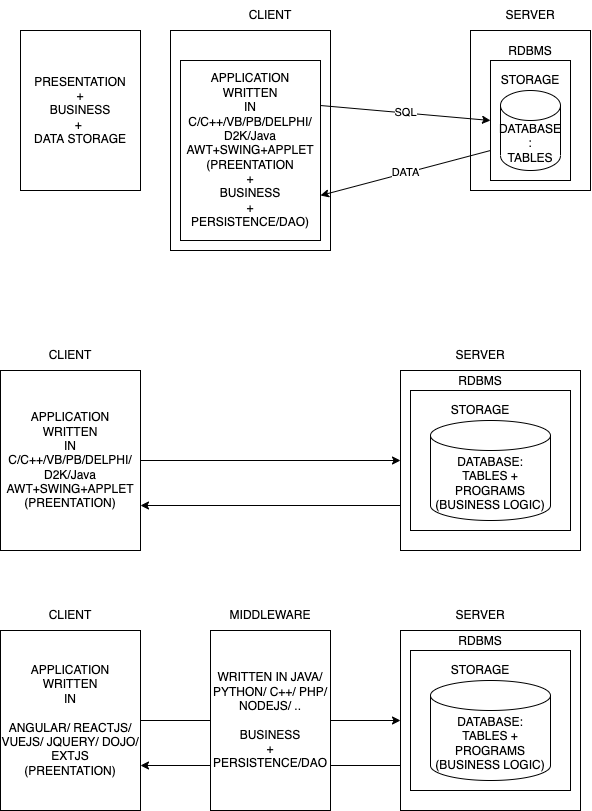
vinod-kayartaya/INFOSYS-RDBMS-POSTGRES-MARCH-2023 keeps this draw.io diagram as day-12/images/concept1.dio.png. Above is the earlier version. Source tidied: cells renumbered, new cells last; positions are measured from the earlier drawing's top-left corner, leaving out a move shared by most shapes.
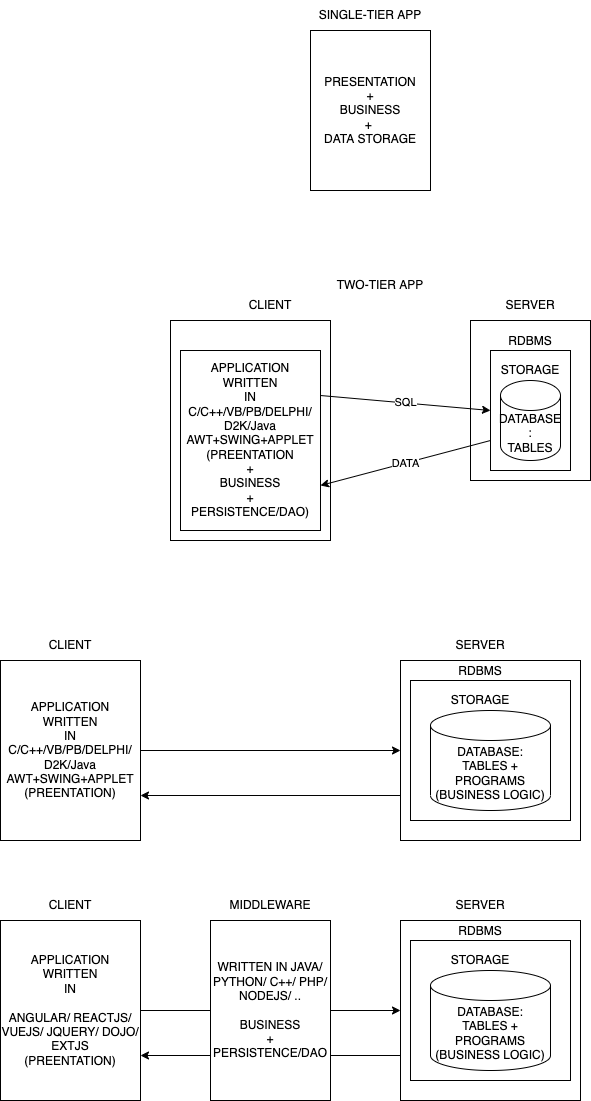
The same file after the commit.

Change to the diagram source:
```diff
@@ -3,7 +3,7 @@
     <mxCell id="0" />
     <mxCell id="1" parent="0" />
     <mxCell id="2" value="PRESENTATION&lt;br&gt;+&lt;br&gt;BUSINESS&lt;br&gt;+&amp;nbsp;&lt;br&gt;DATA STORAGE" style="rounded=0;whiteSpace=wrap;html=1;" parent="1" vertex="1">
-      <mxGeometry x="20" y="30" width="120" height="160" as="geometry" />
+      <mxGeometry x="310" y="-260" width="120" height="160" as="geometry" />
     </mxCell>
     <mxCell id="3" style="rounded=0;whiteSpace=wrap;html=1;" parent="1" vertex="1">
       <mxGeometry x="170" y="30" width="160" height="220" as="geometry" />
@@ -99,5 +99,11 @@
     <mxCell id="32" value="MIDDLEWARE" style="text;html=1;strokeColor=none;fillColor=none;align=center;verticalAlign=middle;whiteSpace=wrap;rounded=0;" parent="1" vertex="1">
       <mxGeometry x="210" y="600" width="120" height="30" as="geometry" />
     </mxCell>
+    <mxCell id="33" value="SINGLE-TIER APP" style="text;html=1;strokeColor=none;fillColor=none;align=center;verticalAlign=middle;whiteSpace=wrap;rounded=0;" parent="1" vertex="1">
+      <mxGeometry x="310" y="-290" width="120" height="30" as="geometry" />
+    </mxCell>
+    <mxCell id="34" value="TWO-TIER APP" style="text;html=1;strokeColor=none;fillColor=none;align=center;verticalAlign=middle;whiteSpace=wrap;rounded=0;" parent="1" vertex="1">
+      <mxGeometry x="170" y="-20" width="420" height="30" as="geometry" />
+    </mxCell>
   </root>
 </mxGraphModel>
```
